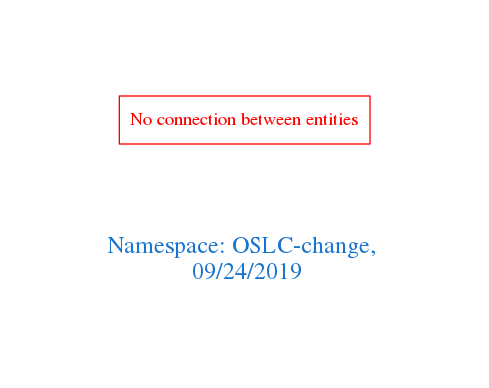
The Graphviz diagram downloads/OSLC-change.png in arago/OGIT, before a commit. Its source is kept beside it as downloads/OSLC-change.dot.
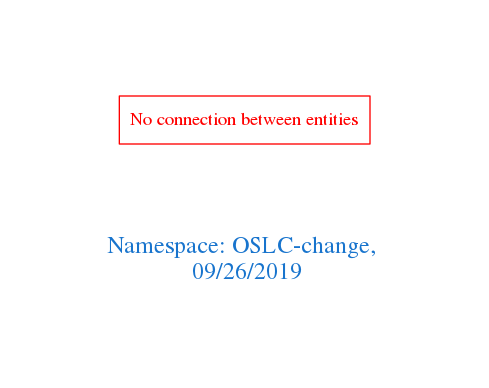
The same file after the commit.

Diff of the diagram source:
```diff
@@ -1,7 +1,7 @@
 digraph OGIT_ontology {
  graph [ rankdir= LR,pad=1
 fontsize = 18,
-fontcolor= dodgerblue3,label = "\n\n\nNamespace: OSLC-change, \n 09/24/2019"];
+fontcolor= dodgerblue3,label = "\n\n\nNamespace: OSLC-change, \n 09/26/2019"];
 node[shape=polygon];
 edge [  color="gray81"];
 
```
